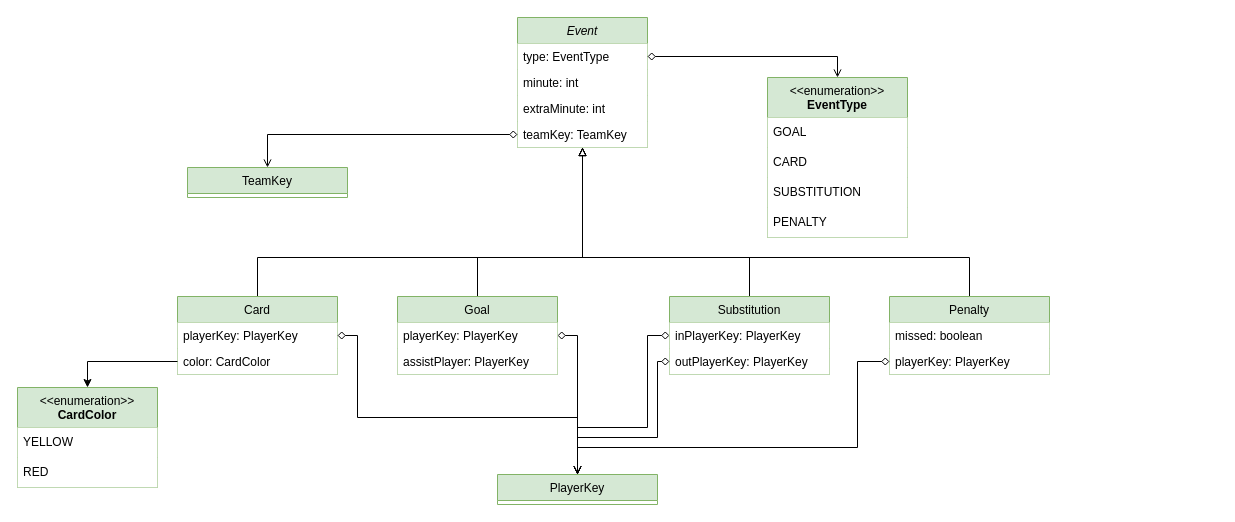
BrunoMNDantas/FlashscoreAPI keeps this draw.io diagram as page "Event" (6 of 8) of docs/Overall.drawio. Above is the earlier version. Source tidied: cells renumbered, new cells numbered last; positions are measured from the earlier drawing's top-left corner, leaving out a move shared by most shapes. Both pictures are drawn from the tidied source at 100%, with x=0, y=0 at pixel (17, 17).
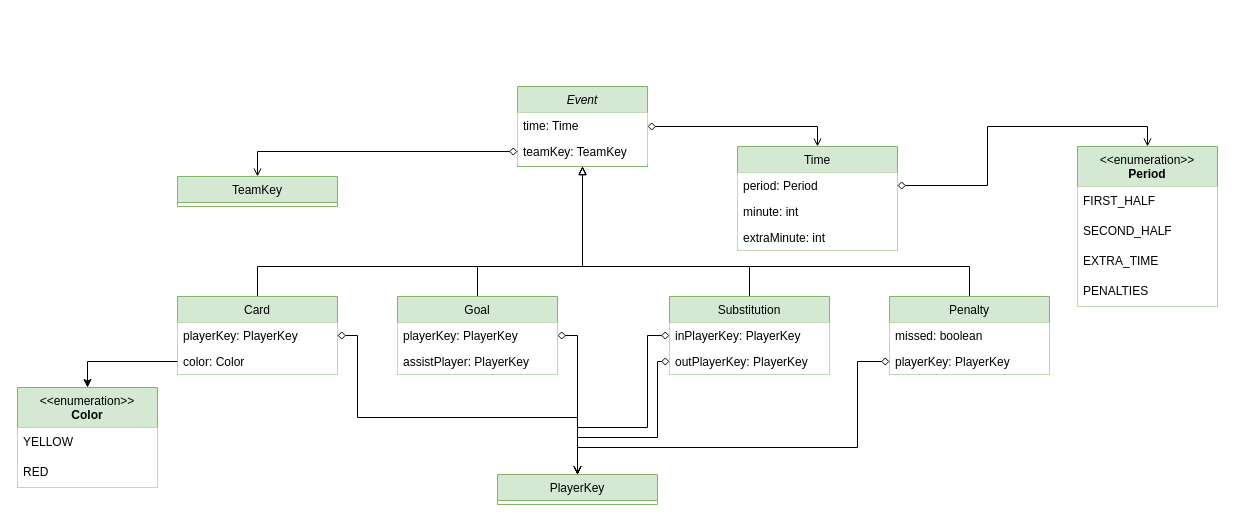
After the change.

Unchanged cells that the change refers to:
```xml
<mxCell id="8" value="Penalty" style="swimlane;fontStyle=0;align=center;verticalAlign=top;horizontal=1;startSize=26;rounded=0;shadow=0;strokeWidth=1;fillColor=#d5e8d4;strokeColor=#82b366;" parent="1" vertex="1">
  <mxGeometry x="872" y="279" width="160" height="78" as="geometry" />
</mxCell>
<mxCell id="13" value="Substitution" style="swimlane;fontStyle=0;align=center;verticalAlign=top;horizontal=1;startSize=26;rounded=0;shadow=0;strokeWidth=1;fillColor=#d5e8d4;strokeColor=#82b366;" parent="1" vertex="1">
  <mxGeometry x="652" y="279" width="160" height="78" as="geometry" />
</mxCell>
<mxCell id="17" value="Card" style="swimlane;fontStyle=0;align=center;verticalAlign=top;horizontal=1;startSize=26;rounded=0;shadow=0;strokeWidth=1;fillColor=#d5e8d4;strokeColor=#82b366;" parent="1" vertex="1">
  <mxGeometry x="160" y="279" width="160" height="78" as="geometry" />
</mxCell>
<mxCell id="22" value="Goal" style="swimlane;fontStyle=0;align=center;verticalAlign=top;horizontal=1;startSize=26;rounded=0;shadow=0;strokeWidth=1;fillColor=#d5e8d4;strokeColor=#82b366;" parent="1" vertex="1">
  <mxGeometry x="380" y="279" width="160" height="78" as="geometry" />
</mxCell>
```

What changed in the source:
```diff
@@
+    <mxCell id="41" style="edgeStyle=orthogonalEdgeStyle;rounded=0;jettySize=auto;html=1;exitX=1;exitY=0.5;exitDx=0;exitDy=0;entryX=0.5;entryY=0;entryDx=0;entryDy=0;startArrow=diamond;startFill=0;endArrow=open;endFill=0;" parent="1" edge="1" source="2" target="47">
+      <mxGeometry relative="1" as="geometry" />
+    </mxCell>
     <mxCell id="2" value="Event" style="swimlane;fontStyle=2;align=center;verticalAlign=top;horizontal=1;startSize=26;rounded=0;shadow=0;strokeWidth=1;fillColor=#d5e8d4;strokeColor=#82b366;" parent="1" vertex="1">
-      <mxGeometry x="500" width="130" height="130" as="geometry" />
+      <mxGeometry x="500" y="69" width="130" height="80" as="geometry" />
     </mxCell>
-    <mxCell id="3" value="type: EventType" style="text;align=left;verticalAlign=top;spacingLeft=4;spacingRight=4;overflow=hidden;points=[[0,0.5],[1,0.5]];portConstraint=eastwest;fillColor=default;" parent="2" vertex="1">
-      <mxGeometry y="26" width="130" height="26" as="geometry" />
-    </mxCell>
-    <mxCell id="4" value="minute: int" style="text;align=left;verticalAlign=top;spacingLeft=4;spacingRight=4;overflow=hidden;rounded=0;shadow=0;html=0;fillColor=default;" parent="2" vertex="1">
-      <mxGeometry y="52" width="130" height="26" as="geometry" />
+    <mxCell id="4" value="time: Time" style="text;align=left;verticalAlign=top;spacingLeft=4;spacingRight=4;overflow=hidden;rounded=0;shadow=0;html=0;fillColor=default;" parent="2" vertex="1">
+      <mxGeometry y="26" width="130" height="26" as="geometry" />
     </mxCell>
-    <mxCell id="5" value="extraMinute: int" style="text;align=left;verticalAlign=top;spacingLeft=4;spacingRight=4;overflow=hidden;rounded=0;shadow=0;html=0;fillColor=default;" parent="2" vertex="1">
-      <mxGeometry y="78" width="130" height="26" as="geometry" />
-    </mxCell>
     <mxCell id="6" value="teamKey: TeamKey" style="text;align=left;verticalAlign=top;spacingLeft=4;spacingRight=4;overflow=hidden;points=[[0,0.5],[1,0.5]];portConstraint=eastwest;rounded=0;shadow=0;html=0;fillColor=default;" parent="2" vertex="1">
-      <mxGeometry y="104" width="130" height="26" as="geometry" />
+      <mxGeometry y="52" width="130" height="26" as="geometry" />
     </mxCell>
     <mxCell id="7" style="edgeStyle=orthogonalEdgeStyle;rounded=0;jettySize=auto;html=1;exitX=0.5;exitY=0;exitDx=0;exitDy=0;entryX=0.5;entryY=1;entryDx=0;entryDy=0;endArrow=block;endFill=0;" parent="1" edge="1" source="8" target="2">
       <mxGeometry relative="1" as="geometry">
         <Array as="points">
-          <mxPoint x="952" y="240" />
-          <mxPoint x="565" y="240" />
+          <mxPoint x="952" y="249" />
+          <mxPoint x="565" y="249" />
         </Array>
       </mxGeometry>
     </mxCell>
@@
     <mxCell id="11" style="edgeStyle=orthogonalEdgeStyle;rounded=0;jettySize=auto;html=1;exitX=0.5;exitY=0;exitDx=0;exitDy=0;entryX=0.5;entryY=1;entryDx=0;entryDy=0;endArrow=block;endFill=0;" parent="1" edge="1" source="13" target="2">
       <mxGeometry relative="1" as="geometry">
         <Array as="points">
-          <mxPoint x="732" y="240" />
-          <mxPoint x="565" y="240" />
+          <mxPoint x="732" y="249" />
+          <mxPoint x="565" y="249" />
         </Array>
       </mxGeometry>
     </mxCell>
@@
     <mxCell id="16" style="edgeStyle=orthogonalEdgeStyle;rounded=0;jettySize=auto;html=1;exitX=0.5;exitY=0;exitDx=0;exitDy=0;entryX=0.5;entryY=1;entryDx=0;entryDy=0;endArrow=block;endFill=0;" parent="1" edge="1" source="17" target="2">
       <mxGeometry relative="1" as="geometry">
         <Array as="points">
-          <mxPoint x="240" y="240" />
-          <mxPoint x="565" y="240" />
+          <mxPoint x="240" y="249" />
+          <mxPoint x="565" y="249" />
         </Array>
       </mxGeometry>
     </mxCell>
@@
-    <mxCell id="19" value="color: CardColor" style="text;align=left;verticalAlign=top;spacingLeft=4;spacingRight=4;overflow=hidden;points=[[0,0.5],[1,0.5]];portConstraint=eastwest;fillColor=default;" parent="17" vertex="1">
+    <mxCell id="19" value="color: Color" style="text;align=left;verticalAlign=top;spacingLeft=4;spacingRight=4;overflow=hidden;points=[[0,0.5],[1,0.5]];portConstraint=eastwest;fillColor=default;" parent="17" vertex="1">
       <mxGeometry y="52" width="160" height="26" as="geometry" />
     </mxCell>
     <mxCell id="20" style="edgeStyle=orthogonalEdgeStyle;rounded=0;jettySize=auto;html=1;exitX=0.5;exitY=0;exitDx=0;exitDy=0;entryX=0.5;entryY=1;entryDx=0;entryDy=0;endArrow=block;endFill=0;" parent="1" edge="1" source="22" target="2">
       <mxGeometry relative="1" as="geometry">
         <Array as="points">
-          <mxPoint x="460" y="240" />
-          <mxPoint x="565" y="240" />
+          <mxPoint x="460" y="249" />
+          <mxPoint x="565" y="249" />
         </Array>
       </mxGeometry>
     </mxCell>
@@
     <mxCell id="26" value="TeamKey" style="swimlane;fontStyle=0;align=center;verticalAlign=top;horizontal=1;startSize=26;rounded=0;shadow=0;strokeWidth=1;fillColor=#d5e8d4;strokeColor=#82b366;" parent="1" vertex="1">
-      <mxGeometry x="170" y="150" width="160" height="30" as="geometry" />
+      <mxGeometry x="160" y="159" width="160" height="30" as="geometry" />
     </mxCell>
-    <mxCell id="27" value="&amp;lt;&amp;lt;enumeration&amp;gt;&amp;gt;&lt;br&gt;&lt;b&gt;EventType&lt;/b&gt;" style="swimlane;fontStyle=0;align=center;verticalAlign=top;horizontal=1;startSize=40;html=1;whiteSpace=wrap;fillColor=#d5e8d4;strokeColor=#82b366;" parent="1" vertex="1">
-      <mxGeometry x="750" y="60" width="140" height="160" as="geometry" />
-    </mxCell>
-    <mxCell id="28" value="GOAL" style="text;html=1;strokeColor=none;fillColor=default;align=left;verticalAlign=middle;spacingLeft=4;spacingRight=4;overflow=hidden;whiteSpace=wrap;" parent="27" vertex="1">
-      <mxGeometry y="40" width="140" height="30" as="geometry" />
-    </mxCell>
-    <mxCell id="29" value="CARD" style="text;html=1;strokeColor=none;fillColor=default;align=left;verticalAlign=middle;spacingLeft=4;spacingRight=4;overflow=hidden;whiteSpace=wrap;" parent="27" vertex="1">
-      <mxGeometry y="70" width="140" height="30" as="geometry" />
-    </mxCell>
-    <mxCell id="30" value="SUBSTITUTION" style="text;html=1;strokeColor=none;fillColor=default;align=left;verticalAlign=middle;spacingLeft=4;spacingRight=4;overflow=hidden;whiteSpace=wrap;" parent="27" vertex="1">
-      <mxGeometry y="100" width="140" height="30" as="geometry" />
-    </mxCell>
-    <mxCell id="31" value="PENALTY" style="text;html=1;strokeColor=none;fillColor=default;align=left;verticalAlign=middle;spacingLeft=4;spacingRight=4;overflow=hidden;whiteSpace=wrap;" parent="27" vertex="1">
-      <mxGeometry y="130" width="140" height="30" as="geometry" />
-    </mxCell>
-    <mxCell id="32" style="edgeStyle=orthogonalEdgeStyle;rounded=0;jettySize=auto;html=1;exitX=1;exitY=0.5;exitDx=0;exitDy=0;entryX=0.5;entryY=0;entryDx=0;entryDy=0;endArrow=open;endFill=0;startArrow=diamond;startFill=0;" parent="1" edge="1" source="3" target="27">
-      <mxGeometry relative="1" as="geometry" />
-    </mxCell>
-    <mxCell id="33" value="&amp;lt;&amp;lt;enumeration&amp;gt;&amp;gt;&lt;br&gt;&lt;b&gt;CardColor&lt;/b&gt;" style="swimlane;fontStyle=0;align=center;verticalAlign=top;horizontal=1;startSize=40;html=1;whiteSpace=wrap;fillColor=#d5e8d4;strokeColor=#82b366;" parent="1" vertex="1">
+    <mxCell id="33" value="&amp;lt;&amp;lt;enumeration&amp;gt;&amp;gt;&lt;br&gt;&lt;b&gt;Color&lt;/b&gt;" style="swimlane;fontStyle=0;align=center;verticalAlign=top;horizontal=1;startSize=40;html=1;whiteSpace=wrap;fillColor=#d5e8d4;strokeColor=#82b366;" parent="1" vertex="1">
       <mxGeometry y="370" width="140" height="100" as="geometry" />
     </mxCell>
@@
+    <mxCell id="42" value="&amp;lt;&amp;lt;enumeration&amp;gt;&amp;gt;&lt;br&gt;&lt;b&gt;Period&lt;/b&gt;" style="swimlane;fontStyle=0;align=center;verticalAlign=top;horizontal=1;startSize=40;html=1;whiteSpace=wrap;fillColor=#d5e8d4;strokeColor=#82b366;" parent="1" vertex="1">
+      <mxGeometry x="1060" y="129" width="140" height="160" as="geometry" />
+    </mxCell>
+    <mxCell id="43" value="FIRST_HALF" style="text;html=1;strokeColor=none;fillColor=default;align=left;verticalAlign=middle;spacingLeft=4;spacingRight=4;overflow=hidden;whiteSpace=wrap;" parent="42" vertex="1">
+      <mxGeometry y="40" width="140" height="30" as="geometry" />
+    </mxCell>
+    <mxCell id="44" value="SECOND_HALF" style="text;html=1;strokeColor=none;fillColor=default;align=left;verticalAlign=middle;spacingLeft=4;spacingRight=4;overflow=hidden;whiteSpace=wrap;" parent="42" vertex="1">
+      <mxGeometry y="70" width="140" height="30" as="geometry" />
+    </mxCell>
+    <mxCell id="45" value="EXTRA_TIME" style="text;html=1;strokeColor=none;fillColor=default;align=left;verticalAlign=middle;spacingLeft=4;spacingRight=4;overflow=hidden;whiteSpace=wrap;" parent="42" vertex="1">
+      <mxGeometry y="100" width="140" height="30" as="geometry" />
+    </mxCell>
+    <mxCell id="46" value="PENALTIES" style="text;html=1;strokeColor=none;fillColor=default;align=left;verticalAlign=middle;spacingLeft=4;spacingRight=4;overflow=hidden;whiteSpace=wrap;" parent="42" vertex="1">
+      <mxGeometry y="130" width="140" height="30" as="geometry" />
+    </mxCell>
+    <mxCell id="47" value="Time" style="swimlane;fontStyle=0;align=center;verticalAlign=top;horizontal=1;startSize=26;rounded=0;shadow=0;strokeWidth=1;fillColor=#d5e8d4;strokeColor=#82b366;" parent="1" vertex="1">
+      <mxGeometry x="720" y="129" width="160" height="104" as="geometry" />
+    </mxCell>
+    <mxCell id="48" value="period: Period" style="text;align=left;verticalAlign=top;spacingLeft=4;spacingRight=4;overflow=hidden;points=[[0,0.5],[1,0.5]];portConstraint=eastwest;fillColor=default;" parent="47" vertex="1">
+      <mxGeometry y="26" width="160" height="26" as="geometry" />
+    </mxCell>
+    <mxCell id="49" value="minute: int" style="text;align=left;verticalAlign=top;spacingLeft=4;spacingRight=4;overflow=hidden;fillColor=default;" parent="47" vertex="1">
+      <mxGeometry y="52" width="160" height="26" as="geometry" />
+    </mxCell>
+    <mxCell id="5" value="extraMinute: int" style="text;align=left;verticalAlign=top;spacingLeft=4;spacingRight=4;overflow=hidden;fillColor=default;" parent="47" vertex="1">
+      <mxGeometry y="78" width="160" height="26" as="geometry" />
+    </mxCell>
+    <mxCell id="50" style="edgeStyle=orthogonalEdgeStyle;rounded=0;jettySize=auto;html=1;exitX=1;exitY=0.5;exitDx=0;exitDy=0;entryX=0.5;entryY=0;entryDx=0;entryDy=0;startArrow=diamond;startFill=0;endArrow=open;endFill=0;" parent="1" edge="1" source="48" target="42">
+      <mxGeometry relative="1" as="geometry" />
+    </mxCell>
```
